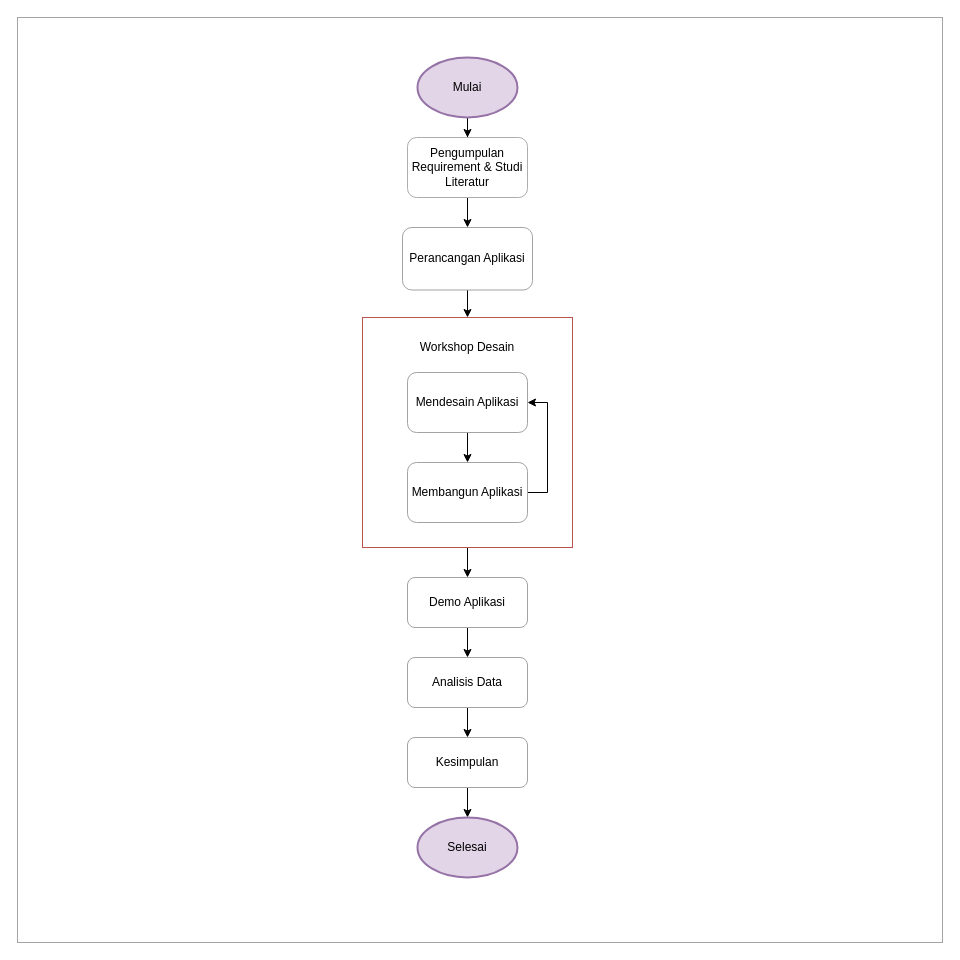
Above: page "Page-1" (1 of 4) of Flowchart penelitian.drawio in matakridha/Teori_WEB (draw.io), before the change. Source tidied: cells renumbered, new cells numbered last; positions are measured from the earlier drawing's top-left corner, leaving out a move shared by most shapes. Both pictures are drawn from the tidied source at 100%, with x=0, y=0 at pixel (17, 17).
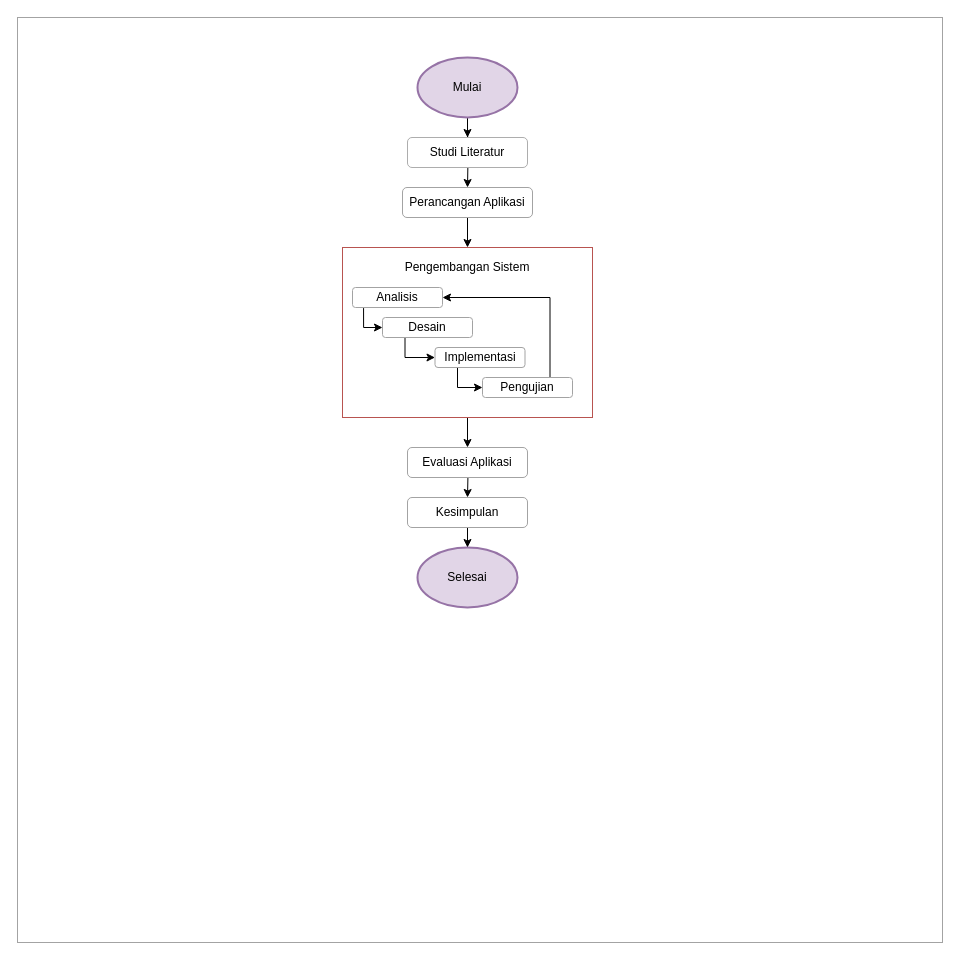
The same page after the edit.

Change to the diagram source:
```diff
@@
-    <mxCell id="5" style="edgeStyle=orthogonalEdgeStyle;rounded=0;jettySize=auto;html=1;" parent="1" edge="1" source="6" target="8">
-      <mxGeometry relative="1" as="geometry" />
+    <mxCell id="5" style="edgeStyle=orthogonalEdgeStyle;rounded=0;jettySize=auto;html=1;" parent="1" edge="1" target="8">
+      <mxGeometry relative="1" as="geometry">
+        <mxPoint x="450" y="110" as="sourcePoint" />
+      </mxGeometry>
     </mxCell>
-    <mxCell id="6" value="Pengumpulan Requirement &amp;amp; Studi Literatur" style="rounded=1;whiteSpace=wrap;html=1;strokeColor=#ADADAD;" parent="1" vertex="1">
-      <mxGeometry x="390" y="120" width="120" height="60" as="geometry" />
+    <mxCell id="6" value="Studi Literatur" style="rounded=1;whiteSpace=wrap;html=1;strokeColor=#ADADAD;" parent="1" vertex="1">
+      <mxGeometry x="390" y="120" width="120" height="30" as="geometry" />
     </mxCell>
@@
     <mxCell id="8" value="Perancangan Aplikasi" style="rounded=1;whiteSpace=wrap;html=1;strokeColor=#A3A3A3;" parent="1" vertex="1">
-      <mxGeometry x="385" y="210" width="130" height="62.5" as="geometry" />
+      <mxGeometry x="385" y="170" width="130" height="30" as="geometry" />
     </mxCell>
-    <mxCell id="9" style="edgeStyle=orthogonalEdgeStyle;rounded=0;jettySize=auto;html=1;entryX=0.5;entryY=0;entryDx=0;entryDy=0;" parent="1" edge="1" source="10" target="17">
-      <mxGeometry relative="1" as="geometry" />
+    <mxCell id="9" style="edgeStyle=orthogonalEdgeStyle;rounded=0;orthogonalLoop=1;jettySize=auto;html=1;entryX=0.5;entryY=0;entryDx=0;entryDy=0;" parent="1" edge="1">
+      <mxGeometry relative="1" as="geometry">
+        <mxPoint x="450" y="360" as="sourcePoint" />
+        <mxPoint x="450" y="430" as="targetPoint" />
+      </mxGeometry>
     </mxCell>
     <mxCell id="10" style="rounded=0;whiteSpace=wrap;html=1;fillColor=default;strokeColor=#b85450;" parent="1" vertex="1">
-      <mxGeometry x="345" y="300" width="210" height="230" as="geometry" />
+      <mxGeometry x="325" y="230" width="250" height="170" as="geometry" />
     </mxCell>
-    <mxCell id="11" style="edgeStyle=orthogonalEdgeStyle;rounded=0;jettySize=auto;html=1;" parent="1" edge="1" source="12" target="14">
-      <mxGeometry relative="1" as="geometry" />
-    </mxCell>
+    <mxCell id="23" style="edgeStyle=orthogonalEdgeStyle;rounded=0;jettySize=auto;html=1;exitX=0.123;exitY=1.029;exitDx=0;exitDy=0;entryX=0;entryY=0.5;entryDx=0;entryDy=0;exitPerimeter=0;" parent="1" edge="1" source="12" target="25">
+      <mxGeometry relative="1" as="geometry">
+        <Array as="points">
+          <mxPoint x="346" y="310" />
+        </Array>
+      </mxGeometry>
+    </mxCell>
-    <mxCell id="12" value="Mendesain Aplikasi" style="rounded=1;whiteSpace=wrap;html=1;strokeColor=#A3A3A3;" parent="1" vertex="1">
-      <mxGeometry x="390" y="355" width="120" height="60" as="geometry" />
+    <mxCell id="12" value="Analisis" style="rounded=1;whiteSpace=wrap;html=1;strokeColor=#A3A3A3;" parent="1" vertex="1">
+      <mxGeometry x="335" y="270" width="90" height="20" as="geometry" />
     </mxCell>
-    <mxCell id="13" style="edgeStyle=orthogonalEdgeStyle;rounded=0;jettySize=auto;html=1;entryX=1;entryY=0.5;entryDx=0;entryDy=0;" parent="1" edge="1" source="14" target="12">
-      <mxGeometry relative="1" as="geometry">
-        <Array as="points">
-          <mxPoint x="530" y="475" />
-          <mxPoint x="530" y="385" />
-        </Array>
-      </mxGeometry>
-    </mxCell>
-    <mxCell id="14" value="Membangun Aplikasi" style="rounded=1;whiteSpace=wrap;html=1;strokeColor=#A3A3A3;" parent="1" vertex="1">
-      <mxGeometry x="390" y="445" width="120" height="60" as="geometry" />
-    </mxCell>
-    <mxCell id="15" value="Workshop Desain" style="text;html=1;strokeColor=none;fillColor=none;align=center;verticalAlign=middle;whiteSpace=wrap;rounded=0;" parent="1" vertex="1">
-      <mxGeometry x="380" y="320" width="140" height="20" as="geometry" />
+    <mxCell id="15" value="Pengembangan Sistem" style="text;html=1;strokeColor=none;fillColor=none;align=center;verticalAlign=middle;whiteSpace=wrap;rounded=0;" parent="1" vertex="1">
+      <mxGeometry x="380" y="240" width="140" height="20" as="geometry" />
     </mxCell>
-    <mxCell id="16" style="edgeStyle=orthogonalEdgeStyle;rounded=0;jettySize=auto;html=1;" parent="1" edge="1" source="17" target="19">
-      <mxGeometry relative="1" as="geometry" />
-    </mxCell>
-    <mxCell id="17" value="Demo Aplikasi" style="rounded=1;whiteSpace=wrap;html=1;strokeColor=#A3A3A3;" parent="1" vertex="1">
-      <mxGeometry x="390" y="560" width="120" height="50" as="geometry" />
-    </mxCell>
-    <mxCell id="18" style="edgeStyle=orthogonalEdgeStyle;rounded=0;jettySize=auto;html=1;entryX=0.5;entryY=0;entryDx=0;entryDy=0;" parent="1" edge="1" source="19" target="21">
-      <mxGeometry relative="1" as="geometry" />
+    <mxCell id="18" style="edgeStyle=orthogonalEdgeStyle;rounded=0;jettySize=auto;html=1;entryX=0.5;entryY=0;entryDx=0;entryDy=0;" parent="1" edge="1" target="21">
+      <mxGeometry relative="1" as="geometry">
+        <mxPoint x="450" y="430" as="sourcePoint" />
+      </mxGeometry>
     </mxCell>
-    <mxCell id="19" value="Analisis Data" style="rounded=1;whiteSpace=wrap;html=1;strokeColor=#A3A3A3;" parent="1" vertex="1">
-      <mxGeometry x="390" y="640" width="120" height="50" as="geometry" />
+    <mxCell id="19" value="Evaluasi Aplikasi" style="rounded=1;whiteSpace=wrap;html=1;strokeColor=#A3A3A3;" parent="1" vertex="1">
+      <mxGeometry x="390" y="430" width="120" height="30" as="geometry" />
     </mxCell>
@@
     <mxCell id="21" value="Kesimpulan" style="rounded=1;whiteSpace=wrap;html=1;strokeColor=#A3A3A3;" parent="1" vertex="1">
-      <mxGeometry x="390" y="720" width="120" height="50" as="geometry" />
+      <mxGeometry x="390" y="480" width="120" height="30" as="geometry" />
     </mxCell>
     <mxCell id="22" value="Selesai" style="strokeWidth=2;html=1;shape=mxgraph.flowchart.start_1;whiteSpace=wrap;fillColor=#e1d5e7;strokeColor=#9673a6;" parent="1" vertex="1">
-      <mxGeometry x="400" y="800" width="100" height="60" as="geometry" />
+      <mxGeometry x="400" y="530" width="100" height="60" as="geometry" />
     </mxCell>
+    <mxCell id="24" style="edgeStyle=orthogonalEdgeStyle;rounded=0;jettySize=auto;html=1;exitX=0.25;exitY=1;exitDx=0;exitDy=0;entryX=0;entryY=0.5;entryDx=0;entryDy=0;" parent="1" edge="1" source="25" target="27">
+      <mxGeometry relative="1" as="geometry">
+        <Array as="points">
+          <mxPoint x="388" y="340" />
+        </Array>
+      </mxGeometry>
+    </mxCell>
+    <mxCell id="25" value="Desain" style="rounded=1;whiteSpace=wrap;html=1;strokeColor=#A3A3A3;" parent="1" vertex="1">
+      <mxGeometry x="365" y="300" width="90" height="20" as="geometry" />
+    </mxCell>
+    <mxCell id="26" style="edgeStyle=orthogonalEdgeStyle;rounded=0;jettySize=auto;html=1;exitX=0.25;exitY=1;exitDx=0;exitDy=0;entryX=0;entryY=0.5;entryDx=0;entryDy=0;" parent="1" edge="1" source="27" target="29">
+      <mxGeometry relative="1" as="geometry">
+        <Array as="points">
+          <mxPoint x="440" y="370" />
+        </Array>
+      </mxGeometry>
+    </mxCell>
+    <mxCell id="27" value="Implementasi" style="rounded=1;whiteSpace=wrap;html=1;strokeColor=#A3A3A3;" parent="1" vertex="1">
+      <mxGeometry x="417.5" y="330" width="90" height="20" as="geometry" />
+    </mxCell>
+    <mxCell id="28" style="edgeStyle=orthogonalEdgeStyle;rounded=0;jettySize=auto;html=1;exitX=0.75;exitY=0;exitDx=0;exitDy=0;entryX=1;entryY=0.5;entryDx=0;entryDy=0;" parent="1" edge="1" source="29" target="12">
+      <mxGeometry relative="1" as="geometry" />
+    </mxCell>
+    <mxCell id="29" value="Pengujian" style="rounded=1;whiteSpace=wrap;html=1;strokeColor=#A3A3A3;" parent="1" vertex="1">
+      <mxGeometry x="465" y="360" width="90" height="20" as="geometry" />
+    </mxCell>
```
